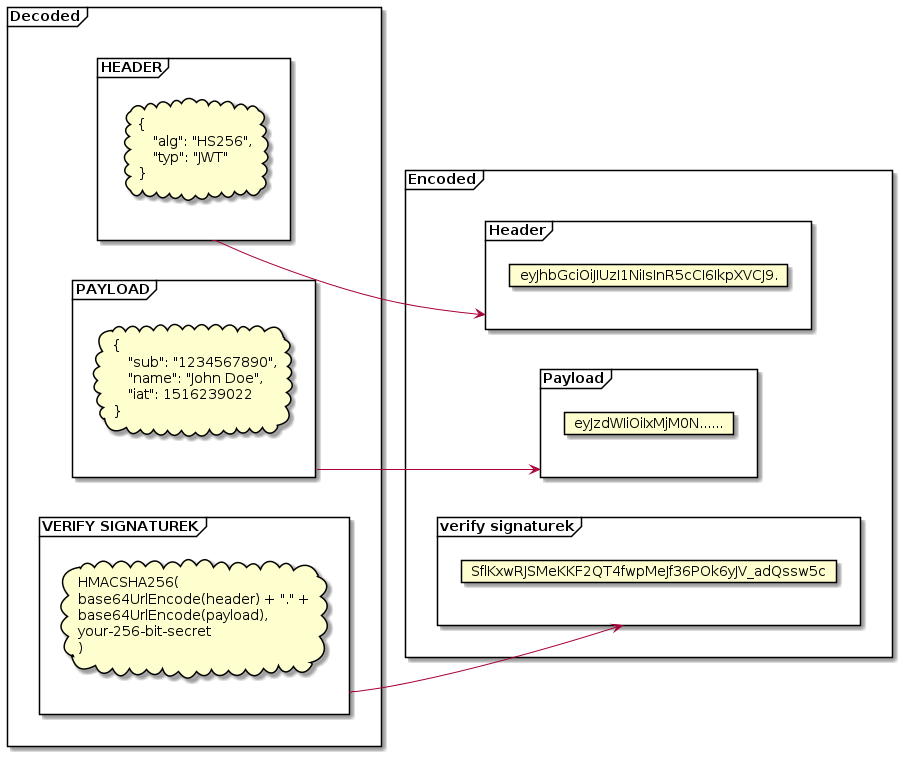
swithun-liu/scoring_system keeps this PlantUML diagram as documents/latexPaper_/out/uml/部署图/JWT/JWT.png. Above is the earlier version.
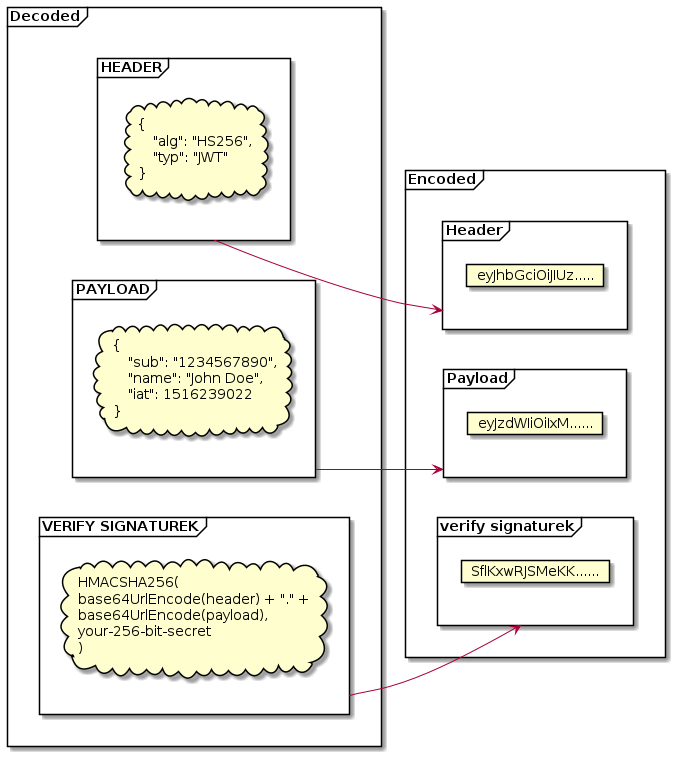
The same file after the commit.

Diff of the diagram source:
```diff
@@ -3,14 +3,14 @@
 
 frame Encoded {
     frame Header {
-        card "eyJhbGciOiJIUzI1NiIsInR5cCI6IkpXVCJ9."
+        card "eyJhbGciOiJIUz....."
     }
     frame Payload {
-        card "eyJzdWIiOiIxMjM0N......"
+        card "eyJzdWIiOiIxM......"
     }
 
     frame vs as "verify signaturek" {
-        card SflKxwRJSMeKKF2QT4fwpMeJf36POk6yJV_adQssw5c
+        card "SflKxwRJSMeKK......"
     }
 }
 frame Decoded {
```
